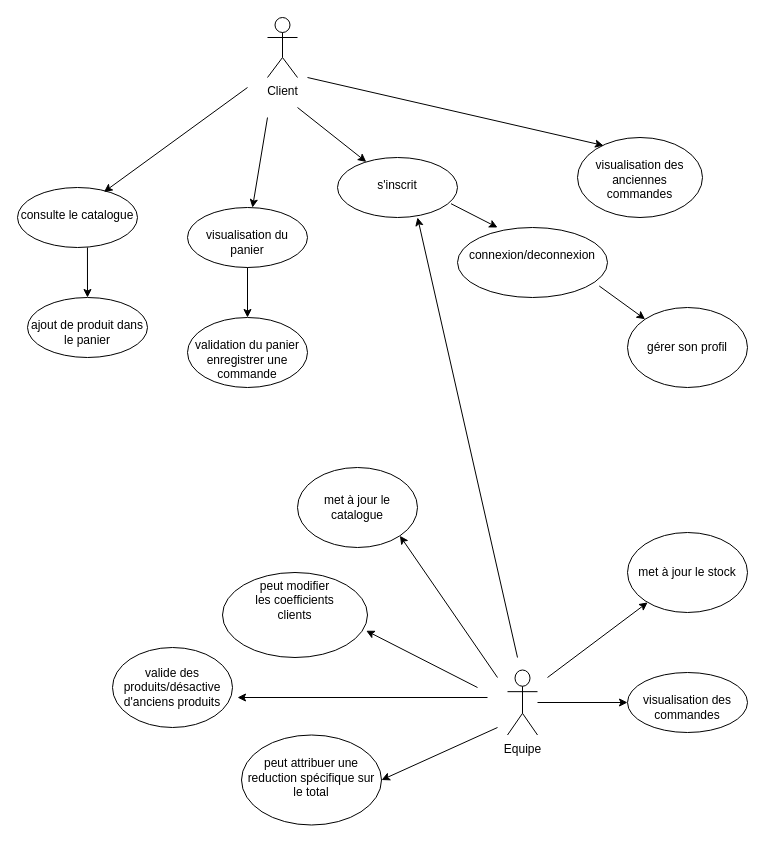
zeldacod5/CDA keeps this draw.io diagram as 02- Développer des composants d'interface/Maquetter une application/Démarche agile/Diagramme Fil Rouge.drawio. Above is the earlier version. Source tidied: cells renumbered, new cells numbered last; positions are measured from the earlier drawing's top-left corner, leaving out a move shared by most shapes. Both pictures are drawn from the tidied source at 100%, with x=0, y=0 at pixel (17, 17).
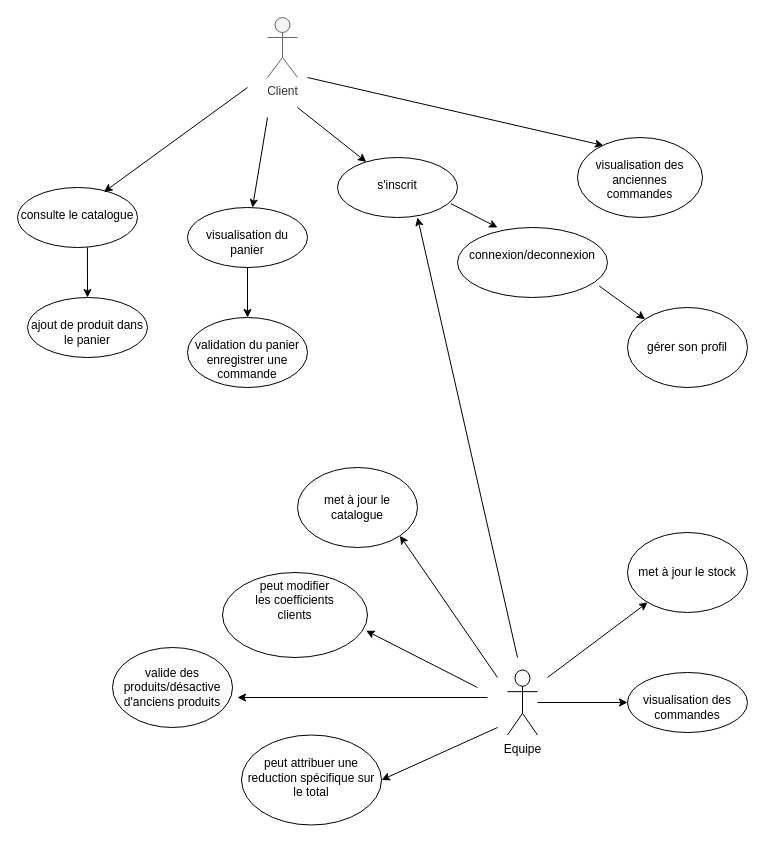
The same diagram, later.

Commit message:
Mettre à jour Diagramme Fil Rouge.drawio

The edit, as a diff of the source:
```diff
@@
-    <mxCell id="2" value="Client" style="shape=umlActor;verticalLabelPosition=bottom;verticalAlign=top;html=1;" parent="1" vertex="1">
+    <mxCell id="2" value="Client" style="shape=umlActor;verticalLabelPosition=bottom;verticalAlign=top;html=1;fillColor=#f5f5f5;strokeColor=#666666;fontColor=#333333;" parent="1" vertex="1">
       <mxGeometry x="250" width="30" height="60" as="geometry" />
     </mxCell>
```
